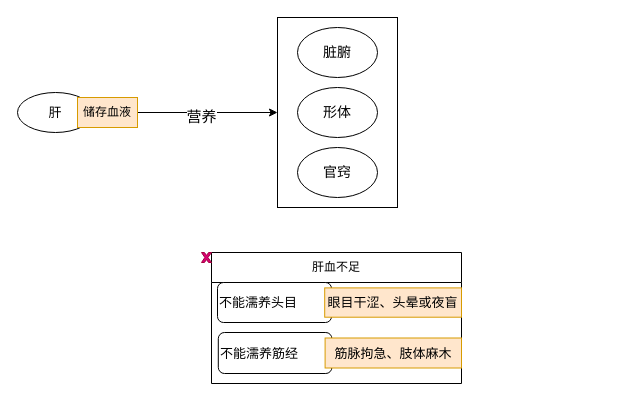
Above: 医门推敲叁/中医藏象学说/藏象学说之肝/肝的主藏血功能.drawio in 328507133/chart (draw.io), before the change. Source tidied: cells renumbered, new cells numbered last; positions are measured from the earlier drawing's top-left corner, leaving out a move shared by most shapes. Both pictures are drawn from the tidied source at 100%, with x=0, y=0 at pixel (17, 17).
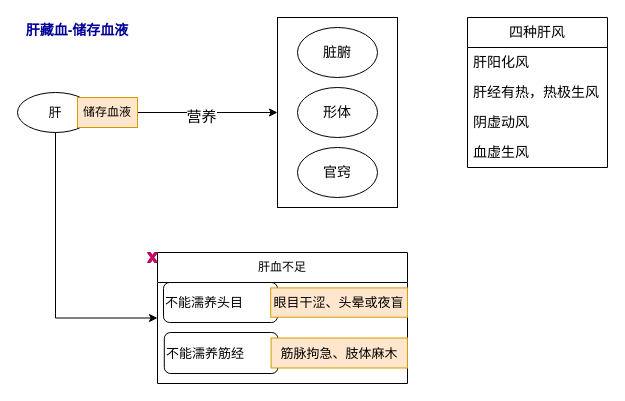
The same diagram, later.

Commit message:
更新肝的主藏血功能.drawio

Unchanged cells that the change refers to:
```xml
<mxCell id="3" value="肝" style="ellipse;whiteSpace=wrap;html=1;fontSize=13;" parent="2" vertex="1">
  <mxGeometry width="76" height="40" as="geometry" />
</mxCell>
<mxCell id="14" value="肝血不足" style="swimlane;fontStyle=0;horizontal=1;startSize=30;whiteSpace=wrap;html=1;" parent="13" vertex="1">
  <mxGeometry x="10" width="250" height="131" as="geometry" />
</mxCell>
```

Change to the diagram source:
```diff
@@
     <mxCell id="13" style="group;" parent="1" vertex="1">
-      <mxGeometry x="184" y="235" width="260" height="131" as="geometry" />
+      <mxGeometry x="130" y="235" width="260" height="131" as="geometry" />
     </mxCell>
@@
+    <mxCell id="23" style="edgeStyle=orthogonalEdgeStyle;rounded=0;jettySize=auto;html=1;exitX=0.5;exitY=1;exitDx=0;exitDy=0;entryX=0;entryY=0.5;entryDx=0;entryDy=0;" parent="1" edge="1" source="3" target="14">
+      <mxGeometry relative="1" as="geometry" />
+    </mxCell>
+    <mxCell id="24" value="四种肝风" style="swimlane;fontStyle=0;horizontal=1;startSize=30;whiteSpace=wrap;html=1;fontSize=14;" parent="1" vertex="1">
+      <mxGeometry x="450" width="140" height="150" as="geometry" />
+    </mxCell>
+    <mxCell id="25" value="肝阳化风" style="text;strokeColor=none;fillColor=none;align=left;verticalAlign=middle;spacingLeft=4;spacingRight=4;overflow=hidden;whiteSpace=wrap;html=1;fontSize=14;" parent="24" vertex="1">
+      <mxGeometry y="30" width="140" height="30" as="geometry" />
+    </mxCell>
+    <mxCell id="26" value="肝经有热，热极生风" style="text;strokeColor=none;fillColor=none;align=left;verticalAlign=middle;spacingLeft=4;spacingRight=4;overflow=hidden;whiteSpace=wrap;html=1;fontSize=14;" parent="24" vertex="1">
+      <mxGeometry y="60" width="140" height="30" as="geometry" />
+    </mxCell>
+    <mxCell id="27" value="阴虚动风" style="text;strokeColor=none;fillColor=none;align=left;verticalAlign=middle;spacingLeft=4;spacingRight=4;overflow=hidden;whiteSpace=wrap;html=1;fontSize=14;" parent="24" vertex="1">
+      <mxGeometry y="90" width="140" height="30" as="geometry" />
+    </mxCell>
+    <mxCell id="28" value="血虚生风" style="text;strokeColor=none;fillColor=none;align=left;verticalAlign=middle;spacingLeft=4;spacingRight=4;overflow=hidden;whiteSpace=wrap;html=1;fontSize=14;" parent="24" vertex="1">
+      <mxGeometry y="120" width="140" height="30" as="geometry" />
+    </mxCell>
+    <mxCell id="29" value="肝藏血-储存血液" style="text;html=1;strokeColor=none;fillColor=none;align=center;verticalAlign=middle;whiteSpace=wrap;rounded=0;fontSize=14;fontColor=#000099;fontStyle=1;" parent="1" vertex="1">
+      <mxGeometry width="120" height="25" as="geometry" />
+    </mxCell>
```
